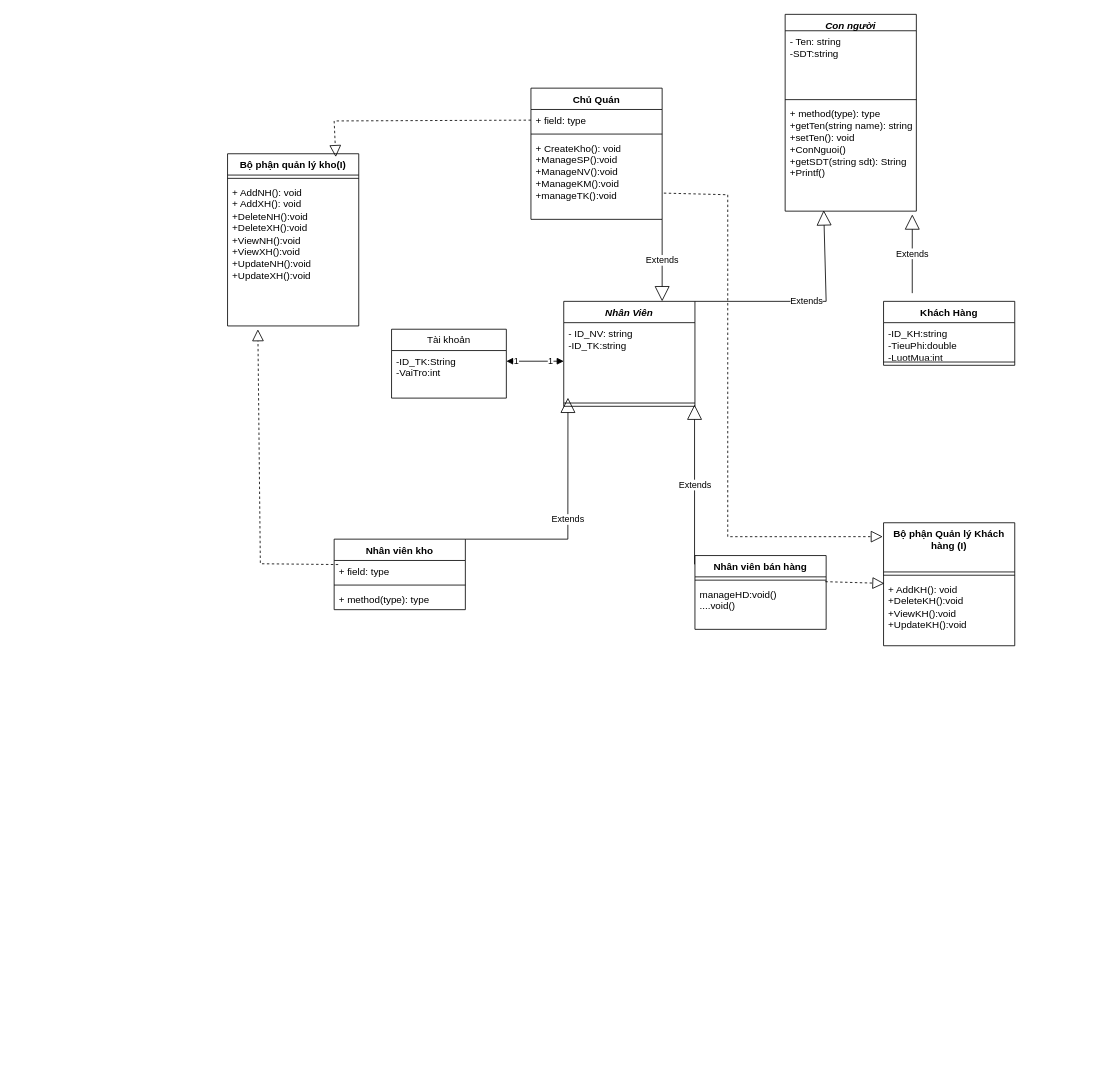
The draw.io diagram Untitled Diagram.drawio in CongDanhIT/demo-github, before the edit. Source tidied: cells renumbered, new cells numbered last; positions are measured from the earlier drawing's top-left corner, leaving out a move shared by most shapes. Both pictures are drawn from the tidied source at 82%, with x=0, y=0 at pixel (227, 14).
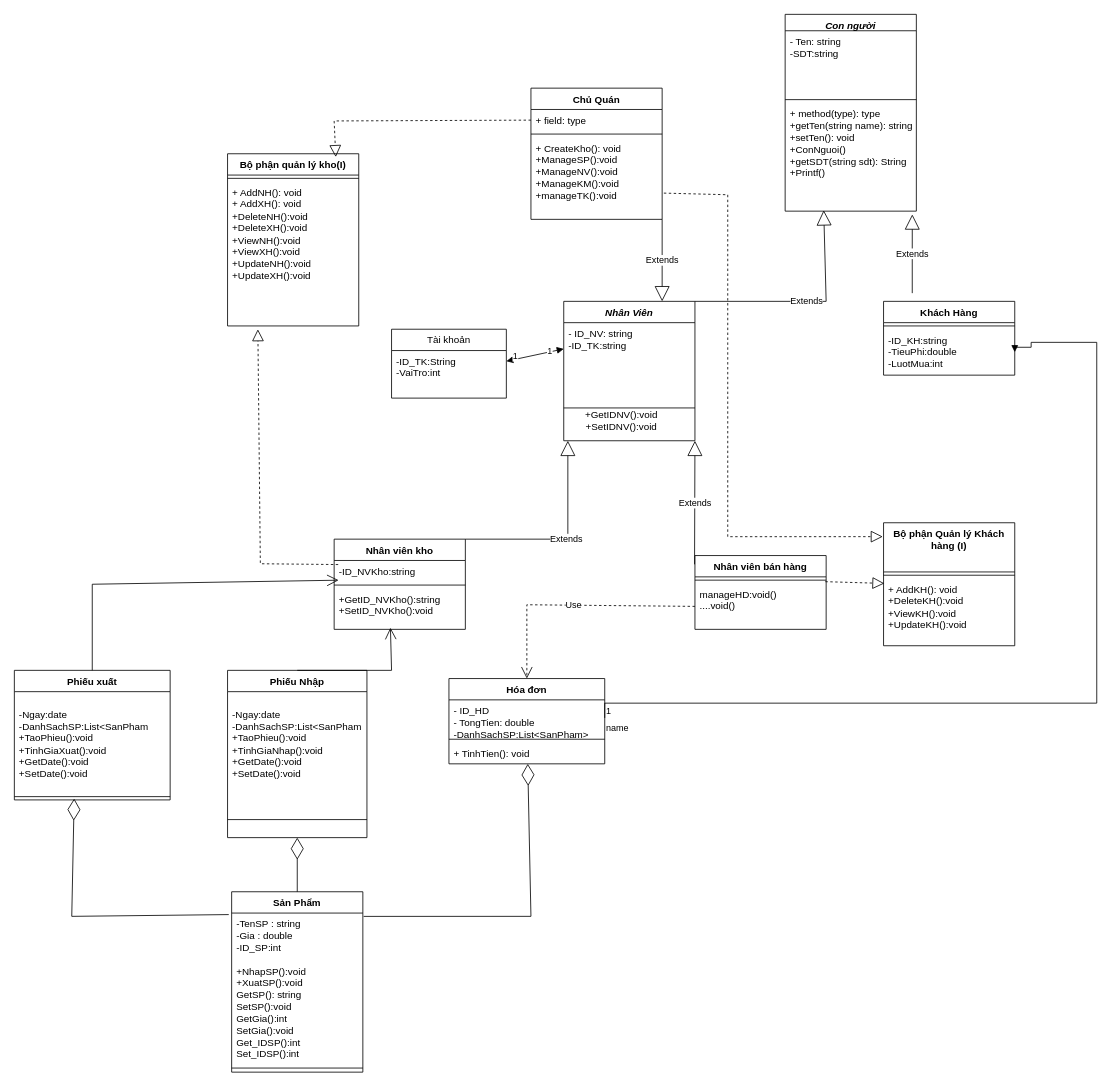
The same diagram, later.

The change refers to these unchanged cells:
```xml
<mxCell id="18" value="Nhân viên bán hàng&lt;div&gt;&lt;br&gt;&lt;/div&gt;" style="swimlane;fontStyle=1;align=center;verticalAlign=top;horizontal=1;startSize=26;whiteSpace=wrap;html=1;" parent="1" vertex="1">
  <mxGeometry x="570" y="660" width="160" height="90" as="geometry" />
</mxCell>
<mxCell id="20" value="manageHD:void()&lt;div&gt;....void()&lt;/div&gt;" style="text;strokeColor=none;fillColor=none;align=left;verticalAlign=top;spacingLeft=4;spacingRight=4;overflow=hidden;points=[[0,0.5],[1,0.5]];portConstraint=eastwest;whiteSpace=wrap;html=1;" parent="18" vertex="1">
  <mxGeometry y="34" width="160" height="56" as="geometry" />
</mxCell>
```

Diff of the diagram source:
```diff
@@
     <mxCell id="6" value="&lt;i&gt;Nhân Viên&lt;/i&gt;&lt;div&gt;&lt;br&gt;&lt;/div&gt;" style="swimlane;fontStyle=1;align=center;verticalAlign=top;horizontal=1;startSize=26;whiteSpace=wrap;html=1;" parent="1" vertex="1">
-      <mxGeometry x="410" y="350" width="160" height="128" as="geometry" />
+      <mxGeometry x="410" y="350" width="160" height="170" as="geometry" />
     </mxCell>
     <mxCell id="7" value="- ID_NV: string&lt;div&gt;-ID_TK:string&lt;/div&gt;" style="text;strokeColor=none;fillColor=none;align=left;verticalAlign=top;spacingLeft=4;spacingRight=4;overflow=hidden;points=[[0,0.5],[1,0.5]];portConstraint=eastwest;whiteSpace=wrap;html=1;" parent="6" vertex="1">
-      <mxGeometry y="26" width="160" height="94" as="geometry" />
+      <mxGeometry y="26" width="160" height="64" as="geometry" />
     </mxCell>
     <mxCell id="8" style="line;strokeWidth=1;fillColor=none;align=left;verticalAlign=middle;spacingTop=-1;spacingLeft=3;spacingRight=3;labelPosition=right;points=[];portConstraint=eastwest;strokeColor=inherit;" parent="6" vertex="1">
-      <mxGeometry y="120" width="160" height="8" as="geometry" />
+      <mxGeometry y="90" width="160" height="80" as="geometry" />
     </mxCell>
     <mxCell id="9" value="Khách Hàng&lt;div&gt;&lt;br&gt;&lt;/div&gt;" style="swimlane;fontStyle=1;align=center;verticalAlign=top;horizontal=1;startSize=26;whiteSpace=wrap;html=1;" parent="1" vertex="1">
-      <mxGeometry x="800" y="350" width="160" height="78" as="geometry" />
+      <mxGeometry x="800" y="350" width="160" height="90" as="geometry" />
     </mxCell>
+    <mxCell id="11" style="line;strokeWidth=1;fillColor=none;align=left;verticalAlign=middle;spacingTop=-1;spacingLeft=3;spacingRight=3;labelPosition=right;strokeColor=inherit;" parent="9" vertex="1">
+      <mxGeometry y="26" width="160" height="8" as="geometry" />
+    </mxCell>
     <mxCell id="10" value="-ID_KH:string&lt;div&gt;-TieuPhi:double&lt;/div&gt;&lt;div&gt;-LuotMua:int&lt;/div&gt;" style="text;strokeColor=none;fillColor=none;align=left;verticalAlign=top;spacingLeft=4;spacingRight=4;overflow=hidden;points=[[0,0.5],[1,0.5]];portConstraint=eastwest;whiteSpace=wrap;html=1;" parent="9" vertex="1">
-      <mxGeometry y="26" width="160" height="44" as="geometry" />
+      <mxGeometry y="34" width="160" height="56" as="geometry" />
     </mxCell>
-    <mxCell id="11" style="line;strokeWidth=1;fillColor=none;align=left;verticalAlign=middle;spacingTop=-1;spacingLeft=3;spacingRight=3;labelPosition=right;strokeColor=inherit;" parent="9" vertex="1">
-      <mxGeometry y="70" width="160" height="8" as="geometry" />
-    </mxCell>
@@
     <mxCell id="14" value="Nhân viên kho&lt;div&gt;&lt;br&gt;&lt;/div&gt;" style="swimlane;fontStyle=1;align=center;verticalAlign=top;horizontal=1;startSize=26;whiteSpace=wrap;html=1;" parent="1" vertex="1">
-      <mxGeometry x="130" y="640" width="160" height="86" as="geometry" />
+      <mxGeometry x="130" y="640" width="160" height="110" as="geometry" />
     </mxCell>
-    <mxCell id="15" value="+ field: type" style="text;strokeColor=none;fillColor=none;align=left;verticalAlign=top;spacingLeft=4;spacingRight=4;overflow=hidden;points=[[0,0.5],[1,0.5]];portConstraint=eastwest;whiteSpace=wrap;html=1;" parent="14" vertex="1">
+    <mxCell id="15" value="-ID_NVKho:string&lt;div&gt;&lt;br&gt;&lt;/div&gt;" style="text;strokeColor=none;fillColor=none;align=left;verticalAlign=top;spacingLeft=4;spacingRight=4;overflow=hidden;points=[[0,0.5],[1,0.5]];portConstraint=eastwest;whiteSpace=wrap;html=1;" parent="14" vertex="1">
       <mxGeometry y="26" width="160" height="26" as="geometry" />
     </mxCell>
@@
-    <mxCell id="17" value="+ method(type): type" style="text;strokeColor=none;fillColor=none;align=left;verticalAlign=top;spacingLeft=4;spacingRight=4;overflow=hidden;points=[[0,0.5],[1,0.5]];portConstraint=eastwest;whiteSpace=wrap;html=1;" parent="14" vertex="1">
-      <mxGeometry y="60" width="160" height="26" as="geometry" />
+    <mxCell id="17" value="+GetID_NVKho():string&lt;div&gt;+SetID_NVKho():void&lt;/div&gt;" style="text;strokeColor=none;fillColor=none;align=left;verticalAlign=top;spacingLeft=4;spacingRight=4;overflow=hidden;points=[[0,0.5],[1,0.5]];portConstraint=eastwest;whiteSpace=wrap;html=1;" parent="14" vertex="1">
+      <mxGeometry y="60" width="160" height="50" as="geometry" />
     </mxCell>
@@
-    <mxCell id="29" value="Extends" style="endArrow=block;endSize=16;endFill=0;html=1;rounded=0;exitX=-0.003;exitY=0.119;exitDx=0;exitDy=0;exitPerimeter=0;entryX=0.997;entryY=0.735;entryDx=0;entryDy=0;entryPerimeter=0;" parent="1" edge="1" source="18" target="8">
-      <mxGeometry relative="1" as="geometry" />
+    <mxCell id="29" value="Extends" style="endArrow=block;endSize=16;endFill=0;html=1;rounded=0;exitX=-0.003;exitY=0.119;exitDx=0;exitDy=0;exitPerimeter=0;" parent="1" edge="1" source="18">
+      <mxGeometry relative="1" as="geometry">
+        <mxPoint x="570" y="520" as="targetPoint" />
+      </mxGeometry>
     </mxCell>
@@
-    <mxCell id="31" value="Extends" style="endArrow=block;endSize=16;endFill=0;html=1;rounded=0;entryX=0.032;entryY=0.973;entryDx=0;entryDy=0;entryPerimeter=0;exitX=1;exitY=0;exitDx=0;exitDy=0;" parent="1" edge="1" source="14" target="7">
+    <mxCell id="31" value="Extends" style="endArrow=block;endSize=16;endFill=0;html=1;rounded=0;exitX=1;exitY=0;exitDx=0;exitDy=0;" parent="1" edge="1" source="14">
       <mxGeometry relative="1" as="geometry">
+        <mxPoint x="415" y="520" as="targetPoint" />
         <Array as="points">
           <mxPoint x="415" y="640" />
         </Array>
       </mxGeometry>
     </mxCell>
@@
+    <mxCell id="43" value="Hóa đơn&lt;div&gt;&lt;br&gt;&lt;/div&gt;" style="swimlane;fontStyle=1;align=center;verticalAlign=top;horizontal=1;startSize=26;whiteSpace=wrap;html=1;" parent="1" vertex="1">
+      <mxGeometry x="270" y="810" width="190" height="104" as="geometry" />
+    </mxCell>
+    <mxCell id="44" value="&lt;div&gt;- ID_HD&lt;/div&gt;- TongTien: double&lt;div&gt;-DanhSachSP:List&amp;lt;SanPham&amp;gt;&lt;/div&gt;" style="text;strokeColor=none;fillColor=none;align=left;verticalAlign=top;spacingLeft=4;spacingRight=4;overflow=hidden;points=[[0,0.5],[1,0.5]];portConstraint=eastwest;whiteSpace=wrap;html=1;" parent="43" vertex="1">
+      <mxGeometry y="26" width="190" height="44" as="geometry" />
+    </mxCell>
+    <mxCell id="45" style="line;strokeWidth=1;fillColor=none;align=left;verticalAlign=middle;spacingTop=-1;spacingLeft=3;spacingRight=3;labelPosition=right;strokeColor=inherit;" parent="43" vertex="1">
+      <mxGeometry y="70" width="190" height="8" as="geometry" />
+    </mxCell>
+    <mxCell id="46" value="+ TinhTien(): void&lt;div&gt;&lt;br&gt;&lt;/div&gt;" style="text;strokeColor=none;fillColor=none;align=left;verticalAlign=top;spacingLeft=4;spacingRight=4;overflow=hidden;whiteSpace=wrap;html=1;" parent="43" vertex="1">
+      <mxGeometry y="78" width="190" height="26" as="geometry" />
+    </mxCell>
+    <mxCell id="47" value="Use" style="endArrow=open;endSize=12;dashed=1;html=1;rounded=0;entryX=0.5;entryY=0;entryDx=0;entryDy=0;exitX=0;exitY=0.5;exitDx=0;exitDy=0;" parent="1" edge="1" source="20" target="43">
+      <mxGeometry relative="1" as="geometry">
+        <Array as="points">
+          <mxPoint x="365" y="720" />
+        </Array>
+      </mxGeometry>
+    </mxCell>
+    <mxCell id="48" value="Sản Phẩm" style="swimlane;fontStyle=1;align=center;verticalAlign=top;horizontal=1;startSize=26;whiteSpace=wrap;html=1;" parent="1" vertex="1">
+      <mxGeometry x="5" y="1070" width="160" height="220" as="geometry" />
+    </mxCell>
+    <mxCell id="49" value="-TenSP : string&lt;div&gt;-Gia : double&lt;/div&gt;&lt;div&gt;-ID_SP:int&lt;/div&gt;&lt;div&gt;&lt;br&gt;&lt;/div&gt;&lt;div&gt;+NhapSP():void&lt;/div&gt;&lt;div&gt;+XuatSP():void&lt;/div&gt;&lt;div&gt;GetSP(): string&lt;/div&gt;&lt;div&gt;SetSP():void&lt;/div&gt;&lt;div&gt;GetGia():int&lt;/div&gt;&lt;div&gt;SetGia():void&lt;/div&gt;&lt;div&gt;Get_IDSP():int&lt;/div&gt;&lt;div&gt;Set_IDSP():int&lt;/div&gt;&lt;div&gt;&lt;br&gt;&lt;/div&gt;" style="text;strokeColor=none;fillColor=none;align=left;verticalAlign=top;spacingLeft=4;spacingRight=4;overflow=hidden;points=[[0,0.5],[1,0.5]];portConstraint=eastwest;whiteSpace=wrap;html=1;" parent="48" vertex="1">
+      <mxGeometry y="26" width="160" height="184" as="geometry" />
+    </mxCell>
+    <mxCell id="50" style="line;strokeWidth=1;fillColor=none;align=left;verticalAlign=middle;spacingTop=-1;spacingLeft=3;spacingRight=3;labelPosition=right;strokeColor=inherit;" parent="48" vertex="1">
+      <mxGeometry y="210" width="160" height="10" as="geometry" />
+    </mxCell>
+    <mxCell id="51" style="endArrow=diamondThin;endFill=0;endSize=24;html=1;rounded=0;exitX=1.006;exitY=0.022;exitDx=0;exitDy=0;exitPerimeter=0;" parent="1" edge="1" source="49" target="43">
+      <mxGeometry relative="1" as="geometry">
+        <Array as="points">
+          <mxPoint x="370" y="1100" />
+        </Array>
+      </mxGeometry>
+    </mxCell>
+    <mxCell id="52" value="Phiếu Nhập&lt;div&gt;&lt;br&gt;&lt;/div&gt;" style="swimlane;fontStyle=1;align=center;verticalAlign=top;horizontal=1;startSize=26;whiteSpace=wrap;html=1;" parent="1" vertex="1">
+      <mxGeometry y="800" width="170" height="204" as="geometry" />
+    </mxCell>
+    <mxCell id="53" value="&lt;br&gt;&lt;div&gt;-Ngay:date&lt;/div&gt;&lt;div&gt;-DanhSachSP:List&amp;lt;SanPham&lt;/div&gt;&lt;div&gt;+TaoPhieu():void&lt;/div&gt;&lt;div&gt;+TinhGiaNhap():void&lt;/div&gt;&lt;div&gt;+GetDate():void&lt;/div&gt;&lt;div&gt;+SetDate():void&lt;/div&gt;" style="text;strokeColor=none;fillColor=none;align=left;verticalAlign=top;spacingLeft=4;spacingRight=4;overflow=hidden;whiteSpace=wrap;html=1;" parent="52" vertex="1">
+      <mxGeometry y="26" width="170" height="134" as="geometry" />
+    </mxCell>
+    <mxCell id="54" style="line;strokeWidth=1;fillColor=none;align=left;verticalAlign=middle;spacingTop=-1;spacingLeft=3;spacingRight=3;labelPosition=right;strokeColor=inherit;" parent="52" vertex="1">
+      <mxGeometry y="160" width="170" height="44" as="geometry" />
+    </mxCell>
+    <mxCell id="55" value="Phiếu xuất&lt;div&gt;&lt;br&gt;&lt;/div&gt;" style="swimlane;fontStyle=1;align=center;verticalAlign=top;horizontal=1;startSize=26;whiteSpace=wrap;html=1;" parent="1" vertex="1">
+      <mxGeometry x="-260" y="800" width="190" height="158" as="geometry" />
+    </mxCell>
+    <mxCell id="56" value="&lt;br&gt;&lt;div&gt;&lt;div&gt;-Ngay:date&lt;/div&gt;&lt;div&gt;-DanhSachSP:List&amp;lt;SanPham&lt;/div&gt;&lt;div&gt;+TaoPhieu():void&lt;/div&gt;&lt;div&gt;+TinhGiaXuat():void&lt;/div&gt;&lt;div&gt;+GetDate():void&lt;/div&gt;&lt;div&gt;+SetDate():void&lt;/div&gt;&lt;/div&gt;" style="text;strokeColor=none;fillColor=none;align=left;verticalAlign=top;spacingLeft=4;spacingRight=4;overflow=hidden;whiteSpace=wrap;html=1;" parent="55" vertex="1">
+      <mxGeometry y="26" width="190" height="124" as="geometry" />
+    </mxCell>
+    <mxCell id="57" style="line;strokeWidth=1;fillColor=none;align=left;verticalAlign=middle;spacingTop=-1;spacingLeft=3;spacingRight=3;labelPosition=right;points=[];portConstraint=eastwest;strokeColor=inherit;" parent="55" vertex="1">
+      <mxGeometry y="150" width="190" height="8" as="geometry" />
+    </mxCell>
+    <mxCell id="58" value="name" style="endArrow=block;endFill=1;html=1;edgeStyle=orthogonalEdgeStyle;align=left;verticalAlign=top;rounded=0;entryX=1;entryY=0.5;entryDx=0;entryDy=0;exitX=1;exitY=0.5;exitDx=0;exitDy=0;" parent="1" edge="1" source="44" target="10">
+      <mxGeometry x="-1" relative="1" as="geometry">
+        <Array as="points">
+          <mxPoint x="460" y="840" />
+          <mxPoint x="1060" y="840" />
+          <mxPoint x="1060" y="400" />
+          <mxPoint x="980" y="400" />
+          <mxPoint x="980" y="406" />
+        </Array>
+      </mxGeometry>
+    </mxCell>
+    <mxCell id="59" value="1" style="edgeLabel;html=1;align=left;verticalAlign=bottom;" parent="58" vertex="1">
+      <mxGeometry x="-1" relative="1" as="geometry" />
+    </mxCell>
+    <mxCell id="60" style="endArrow=diamondThin;endFill=0;endSize=24;html=1;rounded=0;exitX=0.5;exitY=0;exitDx=0;exitDy=0;entryX=0.5;entryY=1;entryDx=0;entryDy=0;" parent="1" edge="1" source="48" target="52">
+      <mxGeometry relative="1" as="geometry" />
+    </mxCell>
+    <mxCell id="61" style="endArrow=diamondThin;endFill=0;endSize=24;html=1;rounded=0;entryX=0.384;entryY=0.8;entryDx=0;entryDy=0;entryPerimeter=0;exitX=-0.022;exitY=0.01;exitDx=0;exitDy=0;exitPerimeter=0;" parent="1" edge="1" source="49" target="57">
+      <mxGeometry relative="1" as="geometry">
+        <Array as="points">
+          <mxPoint x="-190" y="1100" />
+        </Array>
+      </mxGeometry>
+    </mxCell>
+    <mxCell id="62" style="endArrow=open;endFill=1;endSize=12;html=1;rounded=0;exitX=0.5;exitY=0;exitDx=0;exitDy=0;entryX=0.429;entryY=0.96;entryDx=0;entryDy=0;entryPerimeter=0;" parent="1" edge="1" source="52" target="17">
+      <mxGeometry relative="1" as="geometry">
+        <Array as="points">
+          <mxPoint x="200" y="800" />
+        </Array>
+      </mxGeometry>
+    </mxCell>
+    <mxCell id="63" style="endArrow=open;endFill=1;endSize=12;html=1;rounded=0;exitX=0.5;exitY=0;exitDx=0;exitDy=0;entryX=0.034;entryY=-0.199;entryDx=0;entryDy=0;entryPerimeter=0;" parent="1" edge="1" source="55" target="17">
+      <mxGeometry relative="1" as="geometry">
+        <Array as="points">
+          <mxPoint x="-165" y="695" />
+        </Array>
+      </mxGeometry>
+    </mxCell>
+    <mxCell id="64" value="+GetIDNV():void&lt;div&gt;+SetIDNV():void&lt;/div&gt;&lt;div&gt;&lt;br&gt;&lt;/div&gt;" style="text;html=1;align=center;verticalAlign=middle;strokeColor=none;fillColor=none;" parent="1" vertex="1">
+      <mxGeometry x="425" y="473" width="110" height="60" as="geometry" />
+    </mxCell>
```
